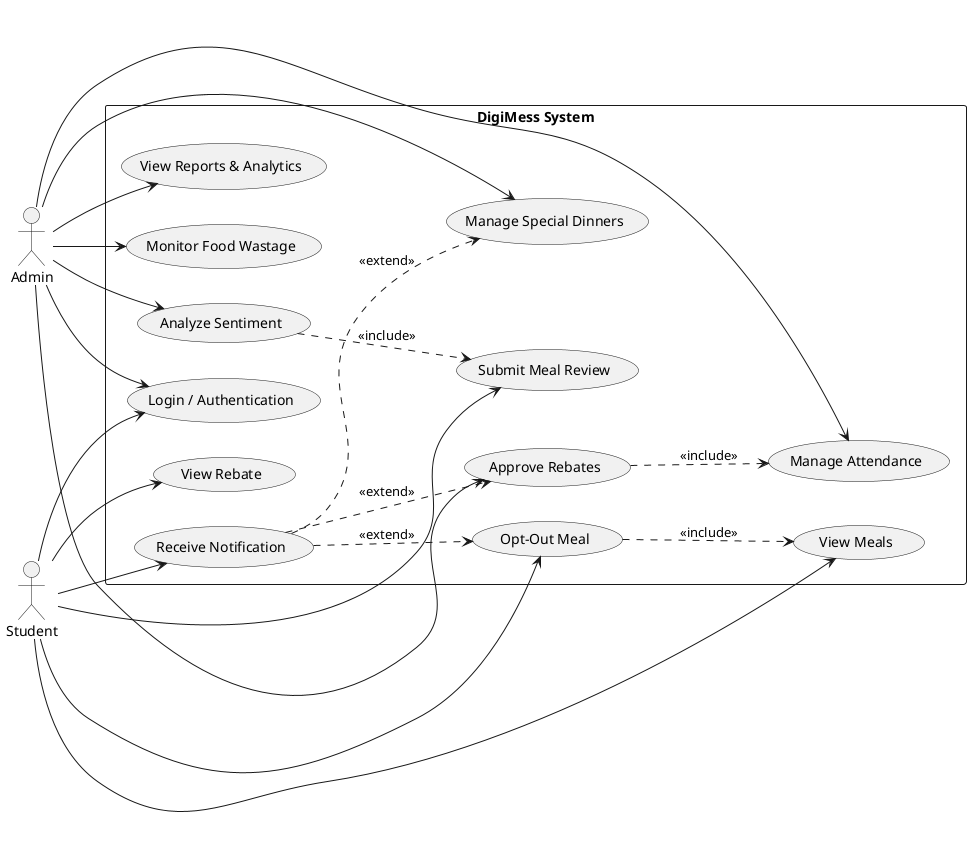
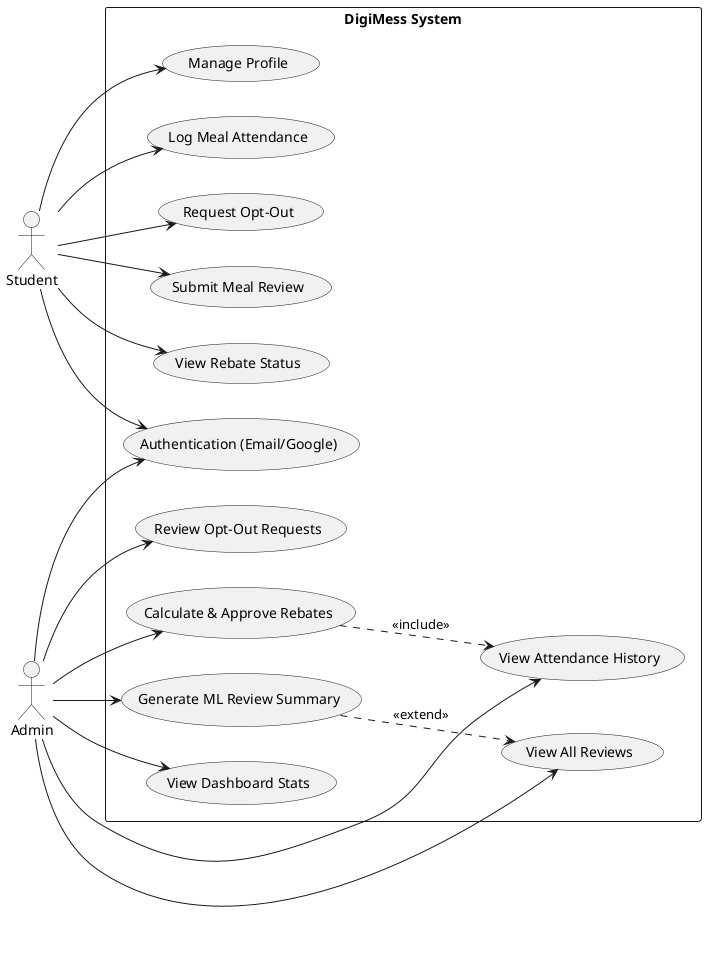
- @startuml
+ @startuml UseCase_Diagram
!define RECTANGLE class

left to right direction
skinparam packageStyle rectangle

actor Student
actor Admin

rectangle "DigiMess System" {

-     usecase "Login / Authentication" as UC_Login
-     usecase "View Meals" as UC_ViewMeals
-     usecase "Opt-Out Meal" as UC_OptOut
+     usecase "Authentication (Email/Google)" as UC_Auth
+     usecase "Log Meal Attendance" as UC_Attendance
+     usecase "Request Opt-Out" as UC_OptOut
    usecase "Submit Meal Review" as UC_Review
-     usecase "View Rebate" as UC_ViewRebate
-     usecase "Receive Notification" as UC_Notification
+     usecase "View Rebate Status" as UC_ViewRebate
+     usecase "Manage Profile" as UC_Profile

-     usecase "Manage Attendance" as UC_ManageAttendance
-     usecase "Approve Rebates" as UC_ApproveRebate
-     usecase "Manage Special Dinners" as UC_ManageDinner
-     usecase "View Reports & Analytics" as UC_Reports
-     usecase "Monitor Food Wastage" as UC_FoodWastage
-     usecase "Analyze Sentiment" as UC_Sentiment
+     usecase "View Dashboard Stats" as UC_Stats
+     usecase "Review Opt-Out Requests" as UC_ReviewOptOut
+     usecase "Calculate & Approve Rebates" as UC_ApproveRebate
+     usecase "View All Reviews" as UC_ViewReviews
+     usecase "Generate ML Review Summary" as UC_MLSummary
+     usecase "View Attendance History" as UC_ViewAttendance

}

- Student --> UC_Login
- Student --> UC_ViewMeals
+ Student --> UC_Auth
+ Student --> UC_Attendance
Student --> UC_OptOut
Student --> UC_Review
Student --> UC_ViewRebate
- Student --> UC_Notification
+ Student --> UC_Profile

- Admin --> UC_Login
- Admin --> UC_ManageAttendance
+ Admin --> UC_Auth
+ Admin --> UC_Stats
+ Admin --> UC_ReviewOptOut
Admin --> UC_ApproveRebate
- Admin --> UC_ManageDinner
- Admin --> UC_Reports
- Admin --> UC_FoodWastage
- Admin --> UC_Sentiment
+ Admin --> UC_ViewReviews
+ Admin --> UC_MLSummary
+ Admin --> UC_ViewAttendance

- UC_OptOut ..> UC_ViewMeals : <<include>>
- UC_ApproveRebate ..> UC_ManageAttendance : <<include>>
- UC_Sentiment ..> UC_Review : <<include>>
- 
- UC_Notification ..> UC_OptOut : <<extend>>
- UC_Notification ..> UC_ApproveRebate : <<extend>>
- UC_Notification ..> UC_ManageDinner : <<extend>>
+ UC_MLSummary ..> UC_ViewReviews : <<extend>>
+ UC_ApproveRebate ..> UC_ViewAttendance : <<include>>

@enduml
